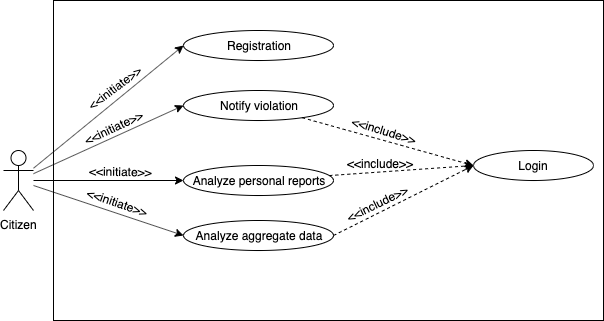
This is Documentation/RASD/Images/UML/UseCaseUser.png from AndreaFalanti/FalantiHuang-SwEngineering2, a draw.io export, as it was before one commit. Source tidied: cells renumbered, new cells last; positions are measured from the earlier drawing's top-left corner, leaving out a move shared by most shapes.
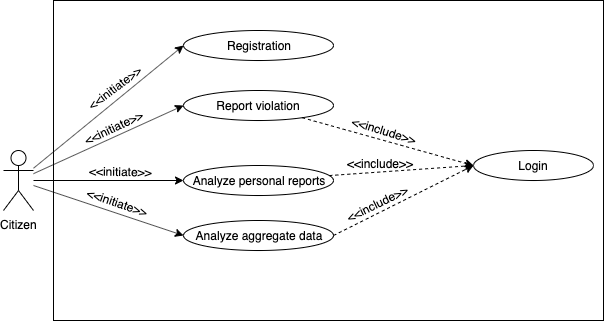
After the change.

The edit, as a diff of the source:
```diff
@@ -40,7 +40,7 @@
         <mxPoint x="13" y="-5" as="offset" />
       </mxGeometry>
     </mxCell>
-    <mxCell id="12" value="Notify violation" style="ellipse;whiteSpace=wrap;html=1;fillColor=none;labelBackgroundColor=none;" parent="1" vertex="1">
+    <mxCell id="12" value="Report violation" style="ellipse;whiteSpace=wrap;html=1;fillColor=none;labelBackgroundColor=none;" parent="1" vertex="1">
       <mxGeometry x="180" y="90" width="150" height="30" as="geometry" />
     </mxCell>
     <mxCell id="13" style="edgeStyle=none;rounded=0;jettySize=auto;html=1;entryX=0;entryY=0.5;entryDx=0;entryDy=0;dashed=1;labelBackgroundColor=none;" parent="1" edge="1" source="15" target="16">
```
